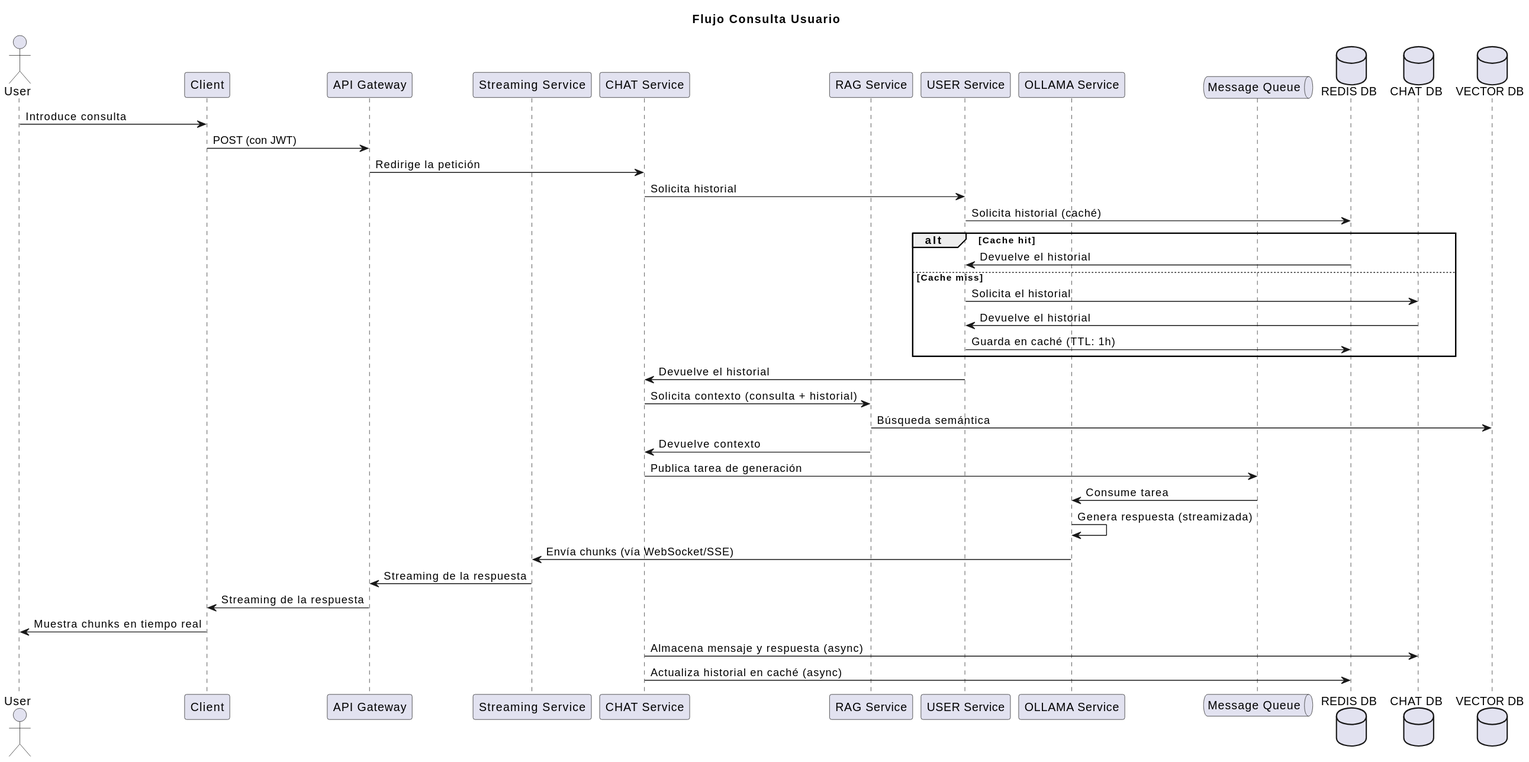
This is assets/diagrams/user_query_flow.svg from P4blo003/ikaros, a PlantUML export, as it was before one commit.
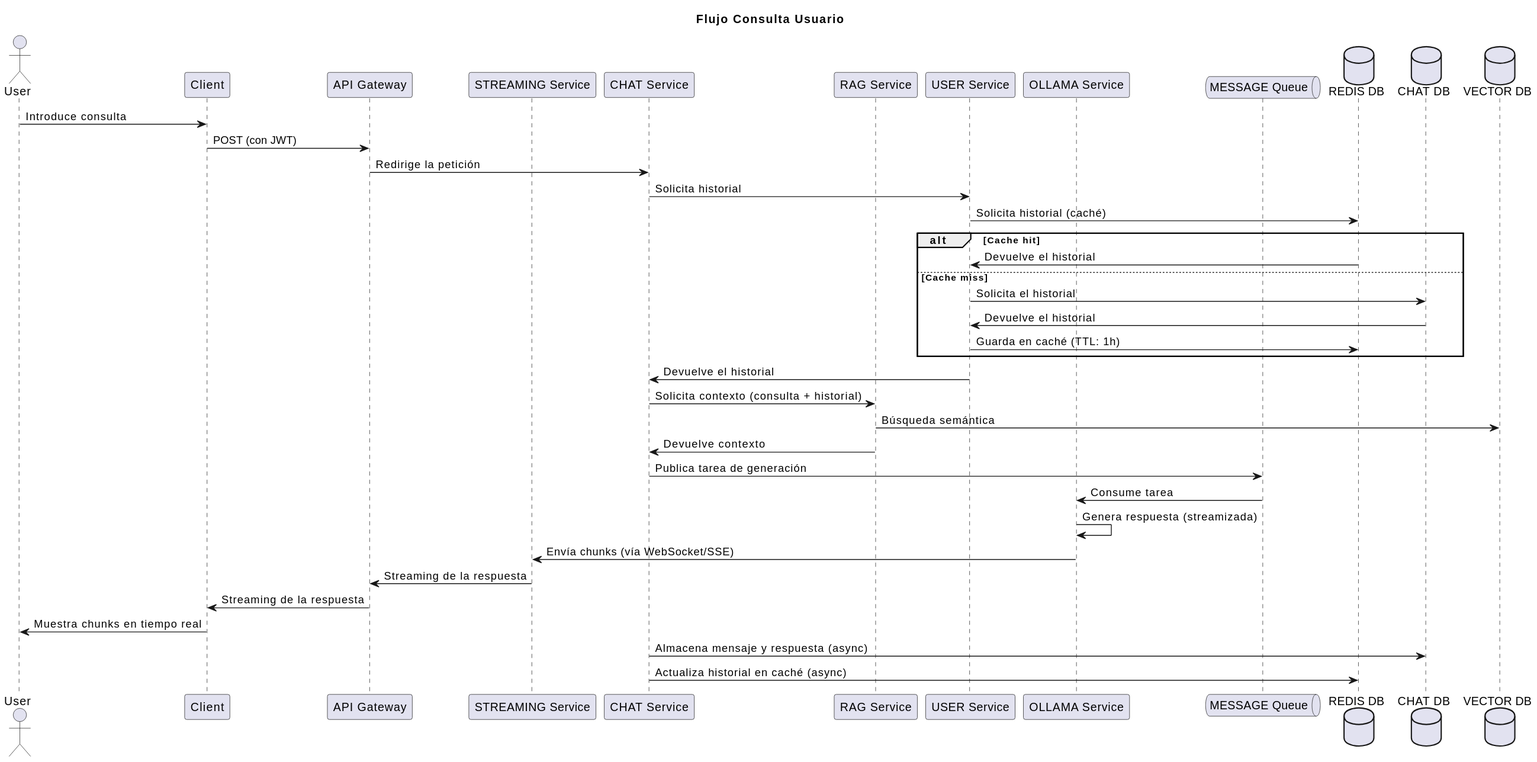
Above is the later version.

Commit message:
docs(diagram): Modificar diagrama de flujo para consultas de usuario.

The edit, as a diff of the source:
```diff
@@ -5,13 +5,13 @@
 participant Client as client
 
 participant "API Gateway" as gateway
-participant "Streaming Service" as stream
+participant "STREAMING Service" as stream
 participant "CHAT Service" as chat
 participant "RAG Service" as rag
 participant "USER Service" as user
 participant "OLLAMA Service" as ollama
 
-queue "Message Queue" as queue
+queue "MESSAGE Queue" as queue
 
 database "REDIS DB" as redisDB
 database "CHAT DB" as chatDB
```
